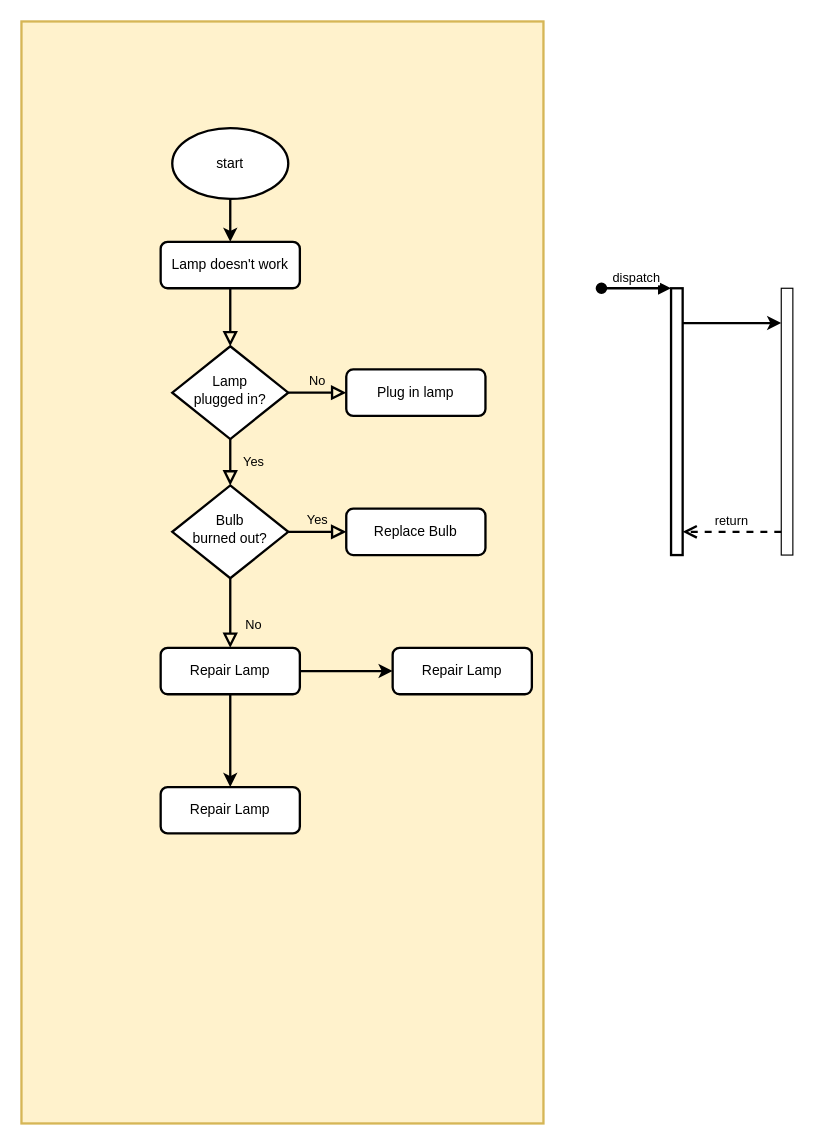
Before: 未命名绘图.drawio in Nero-Zjf/draw.io, a draw.io diagram. Source tidied: cells renumbered, new cells numbered last; positions are measured from the earlier drawing's top-left corner, leaving out a move shared by most shapes. Both pictures are drawn from the tidied source at 116%, with x=0, y=0 at pixel (21, 21).
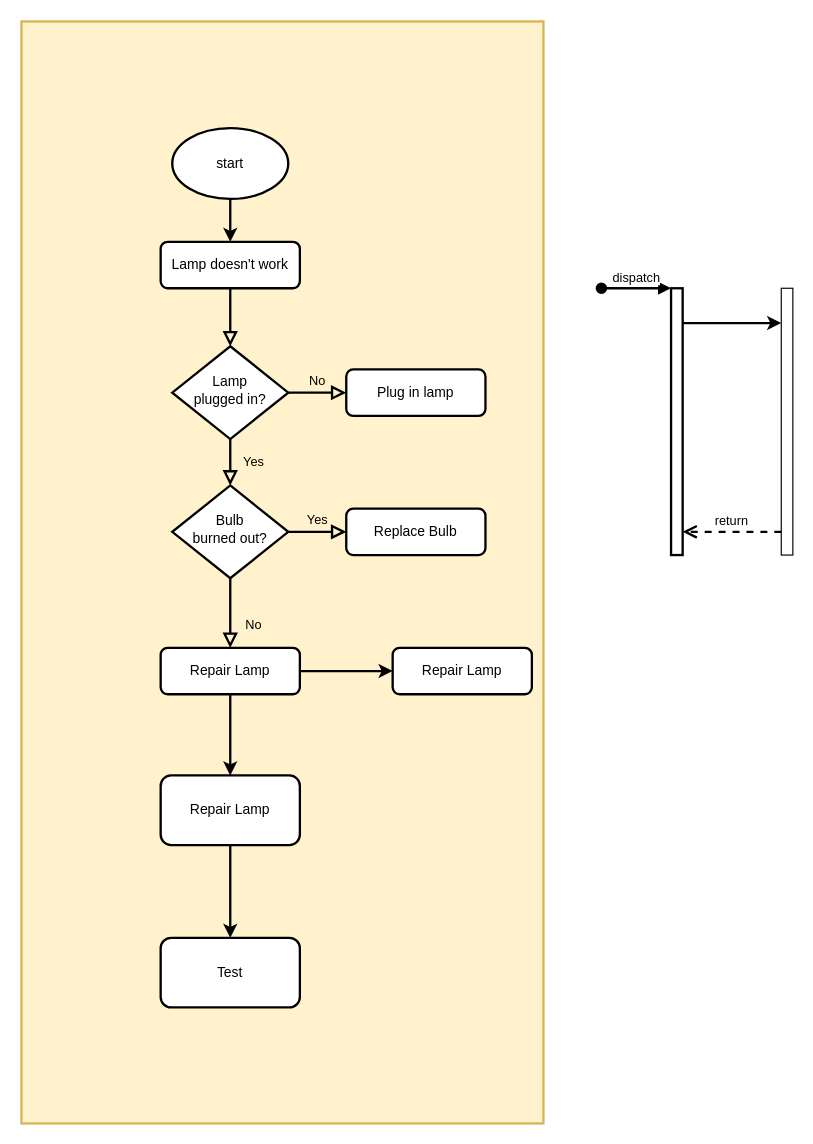
After the change.

What changed in the source:
```diff
@@
+    <mxCell id="25" style="edgeStyle=orthogonalEdgeStyle;rounded=0;jettySize=auto;html=1;strokeWidth=2;" parent="1" edge="1" source="15" target="26">
+      <mxGeometry relative="1" as="geometry" />
+    </mxCell>
     <mxCell id="15" value="Repair Lamp" style="rounded=1;whiteSpace=wrap;html=1;fontSize=12;glass=0;strokeWidth=2;shadow=0;" parent="1" vertex="1">
-      <mxGeometry x="120" y="660" width="120" height="40" as="geometry" />
+      <mxGeometry x="120" y="650" width="120" height="60" as="geometry" />
     </mxCell>
+    <mxCell id="26" value="Test" style="rounded=1;whiteSpace=wrap;html=1;fontSize=12;glass=0;strokeWidth=2;shadow=0;" parent="1" vertex="1">
+      <mxGeometry x="120" y="790" width="120" height="60" as="geometry" />
+    </mxCell>
```
